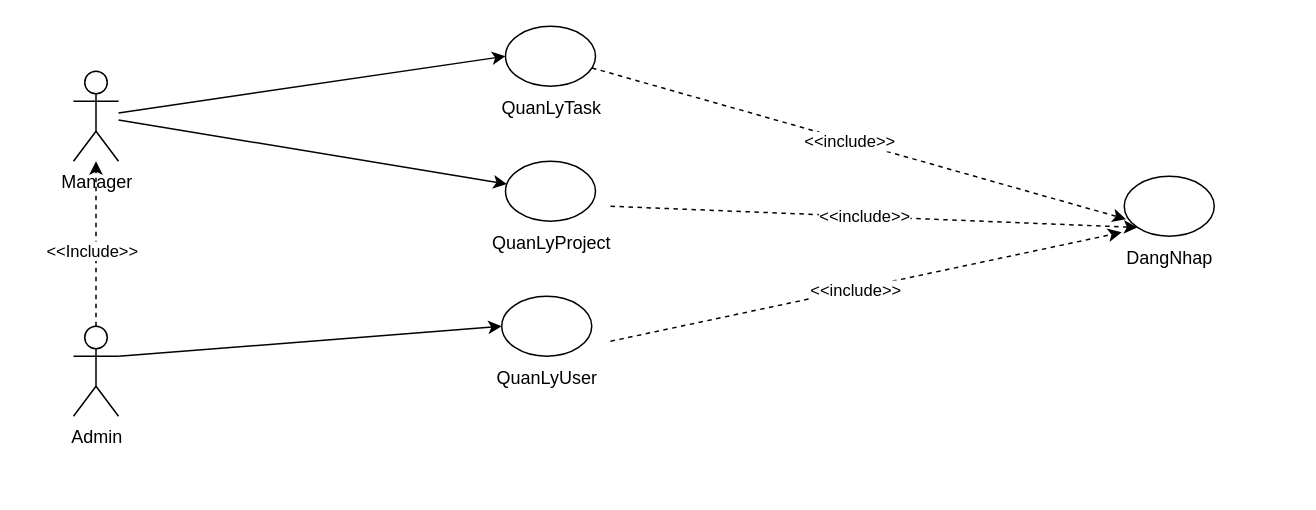
Above: page "UC Chinh" (2 of 3) of Báo Cáo/UC/college.drawio in chickenlazy/college (draw.io), before the change. Source tidied: cells renumbered, new cells numbered last; positions are measured from the earlier drawing's top-left corner, leaving out a move shared by most shapes. Both pictures are drawn from the tidied source at 150%, with x=0, y=0 at pixel (74, 26).
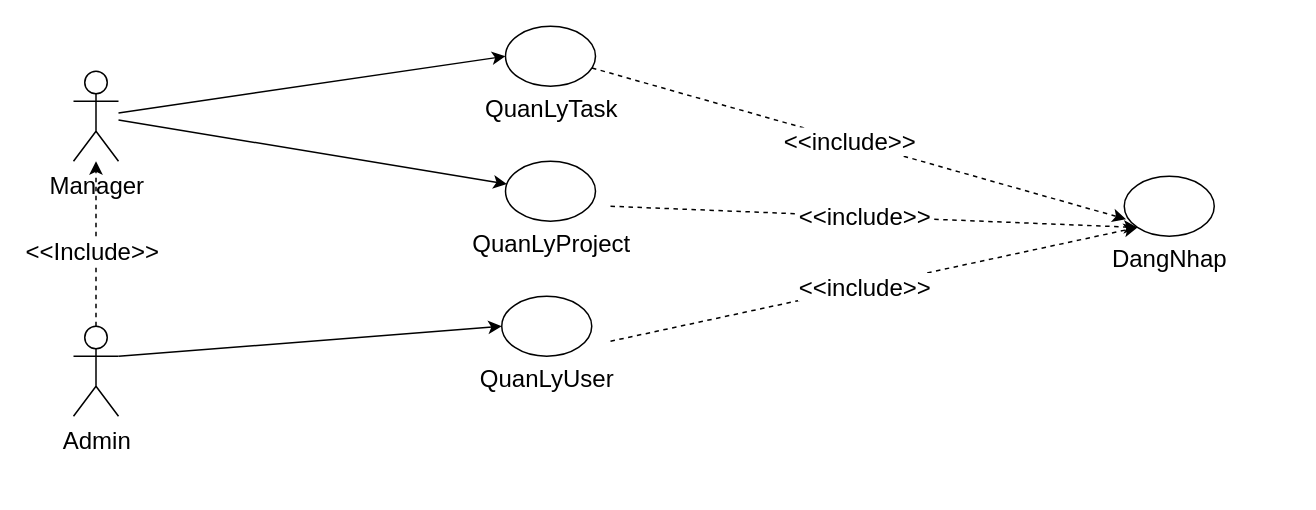
Above is the later version.

Diff of the diagram source:
```diff
@@
-    <mxCell id="2" style="group;" parent="1" vertex="1">
+    <mxCell id="2" style="group;fontSize=16;" parent="1" vertex="1">
       <mxGeometry x="650" y="100" width="160" height="70" as="geometry" />
     </mxCell>
-    <mxCell id="3" style="ellipse;whiteSpace=wrap;html=1;" parent="2" vertex="1">
+    <mxCell id="3" style="ellipse;whiteSpace=wrap;html=1;fontSize=16;" parent="2" vertex="1">
       <mxGeometry x="50" width="60" height="40" as="geometry" />
     </mxCell>
-    <mxCell id="4" value="DangNhap" style="text;html=1;align=center;verticalAlign=middle;points=[];strokeColor=none;fillColor=none;" parent="2" vertex="1">
-      <mxGeometry x="40" y="40" width="80" height="30" as="geometry" />
+    <mxCell id="4" value="DangNhap" style="text;html=1;align=center;verticalAlign=middle;points=[];strokeColor=none;fillColor=none;fontSize=16;" parent="2" vertex="1">
+      <mxGeometry x="30" y="40" width="100" height="30" as="geometry" />
     </mxCell>
-    <mxCell id="5" value="Admin&lt;div&gt;&lt;br&gt;&lt;/div&gt;" style="shape=umlActor;verticalLabelPosition=bottom;verticalAlign=top;html=1;outlineConnect=0;" parent="1" vertex="1">
+    <mxCell id="5" value="Admin&lt;div&gt;&lt;br&gt;&lt;/div&gt;" style="shape=umlActor;verticalLabelPosition=bottom;verticalAlign=top;html=1;outlineConnect=0;fontSize=16;" parent="1" vertex="1">
       <mxGeometry x="-0.5" y="200" width="30" height="60" as="geometry" />
     </mxCell>
-    <mxCell id="6" value="Manager" style="shape=umlActor;verticalLabelPosition=bottom;verticalAlign=top;html=1;outlineConnect=0;" parent="1" vertex="1">
+    <mxCell id="6" value="Manager" style="shape=umlActor;verticalLabelPosition=bottom;verticalAlign=top;html=1;outlineConnect=0;fontSize=16;" parent="1" vertex="1">
       <mxGeometry x="-0.5" y="30" width="30" height="60" as="geometry" />
     </mxCell>
-    <mxCell id="7" style="group;" parent="1" vertex="1">
+    <mxCell id="7" style="group;fontSize=16;" parent="1" vertex="1">
       <mxGeometry x="237.5" y="90" width="160" height="70" as="geometry" />
     </mxCell>
-    <mxCell id="8" style="ellipse;whiteSpace=wrap;html=1;" parent="7" vertex="1">
+    <mxCell id="8" style="ellipse;whiteSpace=wrap;html=1;fontSize=16;" parent="7" vertex="1">
       <mxGeometry x="50" width="60" height="40" as="geometry" />
     </mxCell>
-    <mxCell id="9" value="QuanLyProject" style="text;html=1;align=center;verticalAlign=middle;strokeColor=none;fillColor=none;" parent="7" vertex="1">
-      <mxGeometry x="30" y="40" width="100" height="30" as="geometry" />
+    <mxCell id="9" value="QuanLyProject" style="text;html=1;align=center;verticalAlign=middle;strokeColor=none;fillColor=none;fontSize=16;" parent="7" vertex="1">
+      <mxGeometry x="15" y="40" width="130" height="30" as="geometry" />
     </mxCell>
-    <mxCell id="10" style="group;" parent="1" vertex="1">
+    <mxCell id="10" style="group;fontSize=16;" parent="1" vertex="1">
       <mxGeometry x="237.5" width="160" height="70" as="geometry" />
     </mxCell>
-    <mxCell id="11" style="ellipse;whiteSpace=wrap;html=1;" parent="10" vertex="1">
+    <mxCell id="11" style="ellipse;whiteSpace=wrap;html=1;fontSize=16;" parent="10" vertex="1">
       <mxGeometry x="50" width="60" height="40" as="geometry" />
     </mxCell>
-    <mxCell id="12" value="QuanLyTask" style="text;html=1;align=center;verticalAlign=middle;strokeColor=none;fillColor=none;" parent="10" vertex="1">
-      <mxGeometry x="35" y="40" width="90" height="30" as="geometry" />
+    <mxCell id="12" value="QuanLyTask" style="text;html=1;align=center;verticalAlign=middle;strokeColor=none;fillColor=none;fontSize=16;" parent="10" vertex="1">
+      <mxGeometry x="25" y="40" width="110" height="30" as="geometry" />
     </mxCell>
-    <mxCell id="13" style="group;" parent="1" vertex="1">
+    <mxCell id="13" style="group;fontSize=16;" parent="1" vertex="1">
       <mxGeometry x="235" y="180" width="160" height="70" as="geometry" />
     </mxCell>
-    <mxCell id="14" style="ellipse;whiteSpace=wrap;html=1;" parent="13" vertex="1">
+    <mxCell id="14" style="ellipse;whiteSpace=wrap;html=1;fontSize=16;" parent="13" vertex="1">
       <mxGeometry x="50" width="60" height="40" as="geometry" />
     </mxCell>
-    <mxCell id="15" value="QuanLyUser" style="text;html=1;align=center;verticalAlign=middle;strokeColor=none;fillColor=none;" parent="13" vertex="1">
-      <mxGeometry x="35" y="40" width="90" height="30" as="geometry" />
+    <mxCell id="15" value="QuanLyUser" style="text;html=1;align=center;verticalAlign=middle;strokeColor=none;fillColor=none;fontSize=16;" parent="13" vertex="1">
+      <mxGeometry x="25" y="40" width="110" height="30" as="geometry" />
     </mxCell>
-    <mxCell id="16" style="endArrow=classic;html=1;rounded=0;entryX=0;entryY=0.5;entryDx=0;entryDy=0;" parent="1" edge="1" source="6" target="11">
+    <mxCell id="16" style="endArrow=classic;html=1;rounded=0;entryX=0;entryY=0.5;entryDx=0;entryDy=0;fontSize=16;" parent="1" edge="1" source="6" target="11">
       <mxGeometry relative="1" as="geometry" />
     </mxCell>
-    <mxCell id="17" style="endArrow=classic;html=1;rounded=0;" parent="1" edge="1" source="6" target="8">
+    <mxCell id="17" style="endArrow=classic;html=1;rounded=0;fontSize=16;" parent="1" edge="1" source="6" target="8">
       <mxGeometry relative="1" as="geometry" />
     </mxCell>
-    <mxCell id="18" style="endArrow=classic;html=1;rounded=0;entryX=0;entryY=0.5;entryDx=0;entryDy=0;exitX=1;exitY=0.3333333333333333;exitDx=0;exitDy=0;exitPerimeter=0;" parent="1" edge="1" source="5" target="14">
+    <mxCell id="18" style="endArrow=classic;html=1;rounded=0;entryX=0;entryY=0.5;entryDx=0;entryDy=0;exitX=1;exitY=0.3333333333333333;exitDx=0;exitDy=0;exitPerimeter=0;fontSize=16;" parent="1" edge="1" source="5" target="14">
       <mxGeometry relative="1" as="geometry" />
     </mxCell>
-    <mxCell id="19" style="endArrow=classic;html=1;rounded=0;dashed=1;entryX=0;entryY=1;entryDx=0;entryDy=0;" parent="1" edge="1" target="3">
+    <mxCell id="19" style="endArrow=classic;html=1;rounded=0;dashed=1;entryX=0;entryY=1;entryDx=0;entryDy=0;fontSize=16;" parent="1" edge="1" target="3">
       <mxGeometry relative="1" as="geometry">
         <mxPoint x="357.5" y="120" as="sourcePoint" />
       </mxGeometry>
     </mxCell>
-    <mxCell id="20" value="&amp;lt;&amp;lt;include&amp;gt;&amp;gt;" style="edgeLabel;html=1;align=center;verticalAlign=middle;" parent="19" vertex="1">
+    <mxCell id="20" value="&amp;lt;&amp;lt;include&amp;gt;&amp;gt;" style="edgeLabel;html=1;align=center;verticalAlign=middle;fontSize=16;" parent="19" vertex="1">
       <mxGeometry x="-0.04" relative="1" as="geometry" />
     </mxCell>
-    <mxCell id="21" style="endArrow=classic;html=1;rounded=0;dashed=1;entryX=0.103;entryY=-0.086;entryDx=0;entryDy=0;entryPerimeter=0;" parent="1" edge="1" target="4">
+    <mxCell id="21" style="endArrow=classic;html=1;rounded=0;dashed=1;entryX=0;entryY=1;entryDx=0;entryDy=0;fontSize=16;" parent="1" edge="1" target="3">
       <mxGeometry relative="1" as="geometry">
         <mxPoint x="357.5" y="210" as="sourcePoint" />
       </mxGeometry>
     </mxCell>
-    <mxCell id="22" value="&amp;lt;&amp;lt;include&amp;gt;&amp;gt;" style="edgeLabel;html=1;align=center;verticalAlign=middle;" parent="21" vertex="1">
+    <mxCell id="22" value="&amp;lt;&amp;lt;include&amp;gt;&amp;gt;" style="edgeLabel;html=1;align=center;verticalAlign=middle;fontSize=16;" parent="21" vertex="1">
       <mxGeometry x="-0.04" relative="1" as="geometry" />
     </mxCell>
-    <mxCell id="23" style="endArrow=classic;html=1;rounded=0;dashed=1;entryX=0.02;entryY=0.715;entryDx=0;entryDy=0;entryPerimeter=0;" parent="1" edge="1" source="11" target="3">
+    <mxCell id="23" style="endArrow=classic;html=1;rounded=0;dashed=1;entryX=0.02;entryY=0.715;entryDx=0;entryDy=0;entryPerimeter=0;fontSize=16;" parent="1" edge="1" source="11" target="3">
       <mxGeometry relative="1" as="geometry" />
     </mxCell>
-    <mxCell id="24" value="&amp;lt;&amp;lt;include&amp;gt;&amp;gt;" style="edgeLabel;html=1;align=center;verticalAlign=middle;" parent="23" vertex="1">
+    <mxCell id="24" value="&amp;lt;&amp;lt;include&amp;gt;&amp;gt;" style="edgeLabel;html=1;align=center;verticalAlign=middle;fontSize=16;" parent="23" vertex="1">
       <mxGeometry x="-0.04" relative="1" as="geometry" />
     </mxCell>
-    <mxCell id="25" style="edgeStyle=orthogonalEdgeStyle;rounded=0;jettySize=auto;html=1;dashed=1;exitX=0.5;exitY=0;exitDx=0;exitDy=0;exitPerimeter=0;" parent="1" edge="1" source="5" target="6">
+    <mxCell id="25" style="edgeStyle=orthogonalEdgeStyle;rounded=0;jettySize=auto;html=1;dashed=1;exitX=0.5;exitY=0;exitDx=0;exitDy=0;exitPerimeter=0;fontSize=16;" parent="1" edge="1" source="5" target="6">
       <mxGeometry relative="1" as="geometry" />
     </mxCell>
-    <mxCell id="26" value="&amp;lt;&amp;lt;Include&amp;gt;&amp;gt;" style="edgeLabel;html=1;align=center;verticalAlign=middle;" parent="25" vertex="1">
+    <mxCell id="26" value="&amp;lt;&amp;lt;Include&amp;gt;&amp;gt;" style="edgeLabel;html=1;align=center;verticalAlign=middle;fontSize=16;" parent="25" vertex="1">
       <mxGeometry x="-0.07" y="3" relative="1" as="geometry" />
     </mxCell>
```
